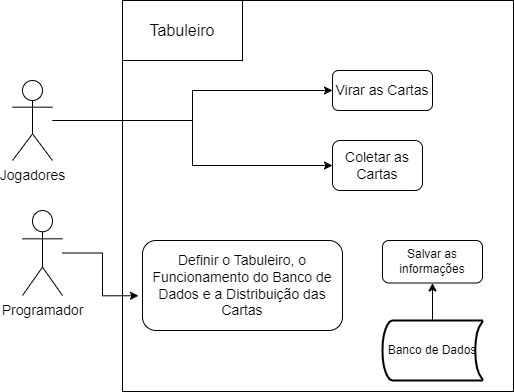
This is Diagrama de Caso de Uso.drawio.png from FelipeRibeirooo/Entrega-03-OO-UML, a draw.io export, as it was before one commit. Source tidied: cells renumbered, new cells last; positions are measured from the earlier drawing's top-left corner, leaving out a move shared by most shapes.
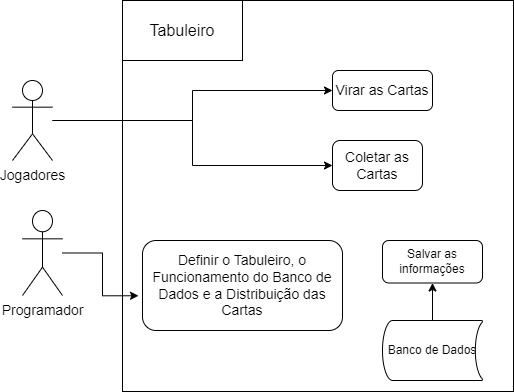
Later version of the same file.

The edit, as a diff of the source:
```diff
@@ -41,7 +41,7 @@
     <mxCell id="13" style="edgeStyle=orthogonalEdgeStyle;rounded=0;jettySize=auto;html=1;entryX=0.5;entryY=1;entryDx=0;entryDy=0;" parent="1" edge="1" source="14" target="15">
       <mxGeometry relative="1" as="geometry" />
     </mxCell>
-    <mxCell id="14" value="Banco de Dados" style="strokeWidth=2;html=1;shape=mxgraph.flowchart.stored_data;whiteSpace=wrap;" parent="1" vertex="1">
+    <mxCell id="14" value="Banco de Dados" style="strokeWidth=1;html=1;shape=mxgraph.flowchart.stored_data;whiteSpace=wrap;fillColor=default;" parent="1" vertex="1">
       <mxGeometry x="370" y="320" width="100" height="60" as="geometry" />
     </mxCell>
     <mxCell id="15" value="Salvar as informações" style="rounded=1;whiteSpace=wrap;html=1;" parent="1" vertex="1">
```
